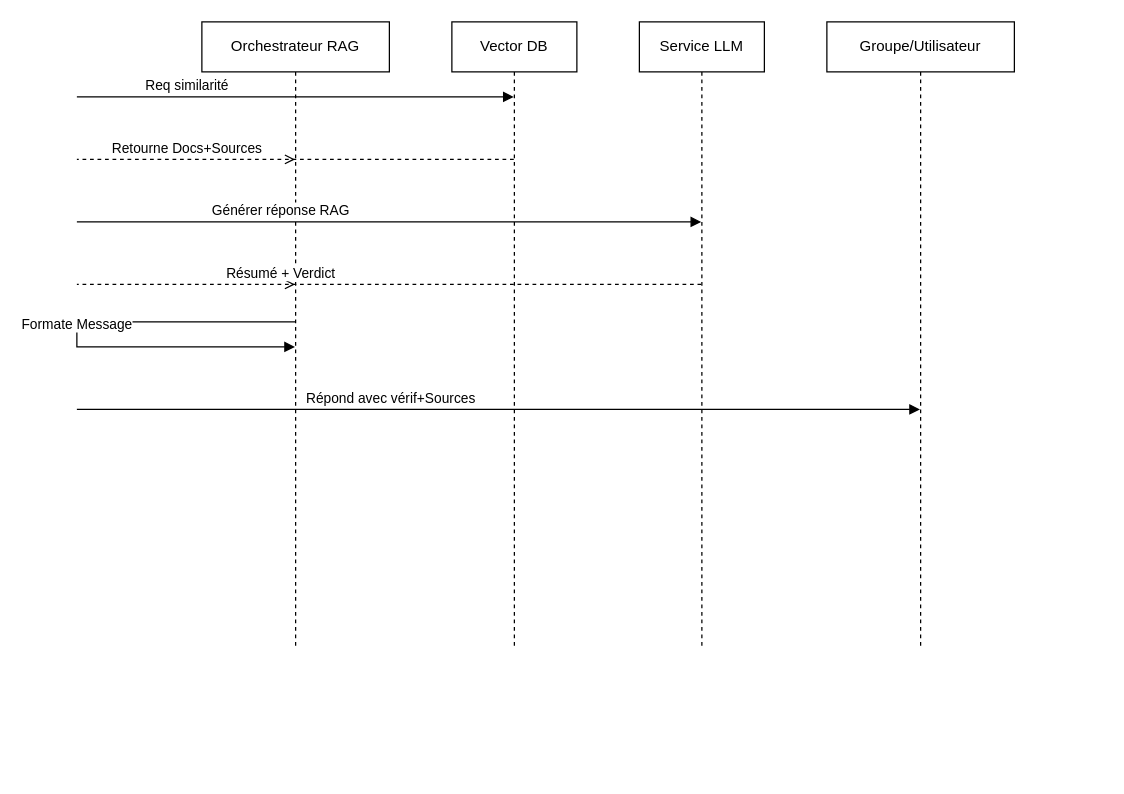
Before: ai-service/docs/Diagramme_Sequence_Verification.drawio in rooneyi/rdc-news-intelligence, a draw.io diagram. Source tidied: cells renumbered, new cells numbered last; positions are measured from the earlier drawing's top-left corner, leaving out a move shared by most shapes. Both pictures are drawn from the tidied source at 125%, with x=0, y=0 at pixel (76, 21).
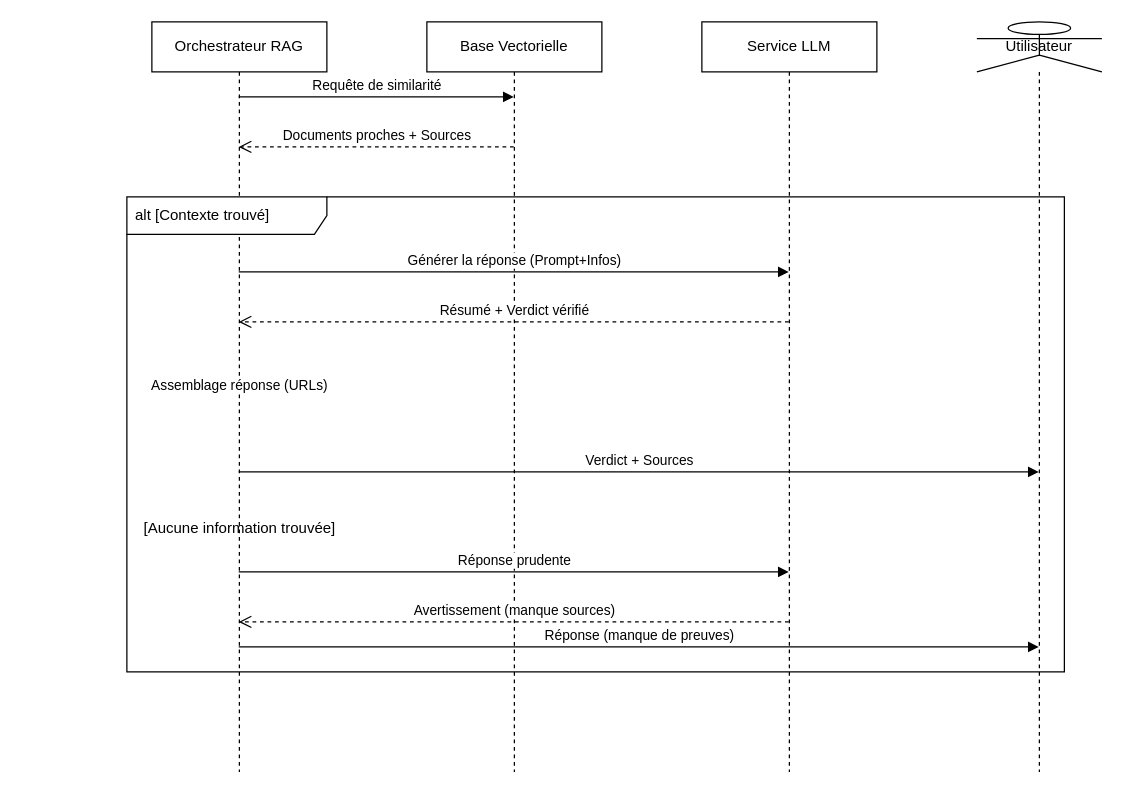
After the change.

What changed in the source:
```diff
@@
-<mxGraphModel>
+<mxGraphModel background="#ffffff">
@@
-    <mxCell id="0" />
-    <mxCell id="1" parent="0" />
+    <mxCell id="12" />
+    <mxCell id="13" parent="12" />
-    <mxCell id="2" value="Orchestrateur RAG" style="shape=umlLifeline;perimeter=lifelinePerimeter;whiteSpace=wrap;html=1;outlineConnect=0;" parent="1" vertex="1">
-      <mxGeometry x="100" width="150" height="500" as="geometry" />
+    <mxCell id="2" value="Orchestrateur RAG" style="shape=umlLifeline;perimeter=lifelinePerimeter;whiteSpace=wrap;html=1;outlineConnect=0;fillColor=#ffffff;strokeColor=#000000;fontColor=#000000;" parent="13" vertex="1">
+      <mxGeometry x="60" width="140" height="600" as="geometry" />
     </mxCell>
-    <mxCell id="3" value="Vector DB" style="shape=umlLifeline;perimeter=lifelinePerimeter;whiteSpace=wrap;html=1;outlineConnect=0;" parent="1" vertex="1">
-      <mxGeometry x="300" width="100" height="500" as="geometry" />
-    </mxCell>
+    <mxCell id="14" value="Base Vectorielle" style="shape=umlLifeline;perimeter=lifelinePerimeter;whiteSpace=wrap;html=1;outlineConnect=0;fillColor=#ffffff;strokeColor=#000000;fontColor=#000000;" parent="13" vertex="1">
+      <mxGeometry x="280" width="140" height="600" as="geometry" />
+    </mxCell>
-    <mxCell id="4" value="Service LLM" style="shape=umlLifeline;perimeter=lifelinePerimeter;whiteSpace=wrap;html=1;outlineConnect=0;" parent="1" vertex="1">
-      <mxGeometry x="450" width="100" height="500" as="geometry" />
+    <mxCell id="4" value="Service LLM" style="shape=umlLifeline;perimeter=lifelinePerimeter;whiteSpace=wrap;html=1;outlineConnect=0;fillColor=#ffffff;strokeColor=#000000;fontColor=#000000;" parent="13" vertex="1">
+      <mxGeometry x="500" width="140" height="600" as="geometry" />
     </mxCell>
-    <mxCell id="5" value="Groupe/Utilisateur" style="shape=umlLifeline;perimeter=lifelinePerimeter;whiteSpace=wrap;html=1;outlineConnect=0;" parent="1" vertex="1">
-      <mxGeometry x="600" width="150" height="500" as="geometry" />
-    </mxCell>
-    <mxCell id="6" value="Req similarité" style="html=1;verticalAlign=bottom;endArrow=block;edgeStyle=elbowEdgeStyle;elbow=vertical;curved=0;rounded=0;" parent="1" edge="1" source="2" target="3">
-      <mxGeometry relative="1" as="geometry">
-        <Array as="points">
-          <mxPoint y="60" />
-        </Array>
-      </mxGeometry>
-    </mxCell>
-    <mxCell id="7" value="Retourne Docs+Sources" style="html=1;verticalAlign=bottom;endArrow=block;edgeStyle=elbowEdgeStyle;elbow=vertical;curved=0;rounded=0;dashed=1;endArrow=open;" parent="1" edge="1" source="3" target="2">
-      <mxGeometry relative="1" as="geometry">
-        <Array as="points">
-          <mxPoint y="110" />
-        </Array>
-      </mxGeometry>
-    </mxCell>
-    <mxCell id="8" value="Générer réponse RAG" style="html=1;verticalAlign=bottom;endArrow=block;edgeStyle=elbowEdgeStyle;elbow=vertical;curved=0;rounded=0;" parent="1" edge="1" source="2" target="4">
-      <mxGeometry relative="1" as="geometry">
-        <Array as="points">
-          <mxPoint y="160" />
-        </Array>
-      </mxGeometry>
-    </mxCell>
-    <mxCell id="9" value="Résumé + Verdict" style="html=1;verticalAlign=bottom;endArrow=block;edgeStyle=elbowEdgeStyle;elbow=vertical;curved=0;rounded=0;dashed=1;endArrow=open;" parent="1" edge="1" source="4" target="2">
-      <mxGeometry relative="1" as="geometry">
-        <Array as="points">
-          <mxPoint y="210" />
-        </Array>
-      </mxGeometry>
-    </mxCell>
+    <mxCell id="15" value="Utilisateur" style="shape=umlLifeline;perimeter=lifelinePerimeter;whiteSpace=wrap;html=1;outlineConnect=0;participant=umlActor;fillColor=#ffffff;strokeColor=#000000;fontColor=#000000;" parent="13" vertex="1">
+      <mxGeometry x="720" width="100" height="600" as="geometry" />
+    </mxCell>
+    <mxCell id="16" value="Requête de similarité" style="html=1;verticalAlign=bottom;endArrow=block;strokeColor=#000000;fontColor=#000000;labelBackgroundColor=#ffffff;" parent="13" edge="1" source="2" target="14">
+      <mxGeometry relative="1" as="geometry">
+        <Array as="points">
+          <mxPoint x="250" y="60" />
+        </Array>
+      </mxGeometry>
+    </mxCell>
+    <mxCell id="17" value="Documents proches + Sources" style="html=1;verticalAlign=bottom;endArrow=open;dashed=1;endSize=8;strokeColor=#000000;fontColor=#000000;labelBackgroundColor=#ffffff;" parent="13" edge="1" source="14" target="2">
+      <mxGeometry relative="1" as="geometry">
+        <Array as="points">
+          <mxPoint x="250" y="100" />
+        </Array>
+      </mxGeometry>
+    </mxCell>
+    <mxCell id="18" value="alt [Contexte trouvé]" style="shape=umlFrame;whiteSpace=wrap;html=1;width=160;height=30;boundedLbl=1;verticalAlign=middle;align=left;spacingLeft=5;fillColor=#ffffff;strokeColor=#000000;fontColor=#000000;" parent="13" vertex="1">
+      <mxGeometry x="40" y="140" width="750" height="380" as="geometry" />
+    </mxCell>
+    <mxCell id="19" value="Générer la réponse (Prompt+Infos)" style="html=1;verticalAlign=bottom;endArrow=block;strokeColor=#000000;fontColor=#000000;labelBackgroundColor=#ffffff;" parent="13" edge="1" source="2" target="4">
+      <mxGeometry relative="1" as="geometry">
+        <Array as="points">
+          <mxPoint x="450" y="200" />
+        </Array>
+      </mxGeometry>
+    </mxCell>
+    <mxCell id="20" value="Résumé + Verdict vérifié" style="html=1;verticalAlign=bottom;endArrow=open;dashed=1;endSize=8;strokeColor=#000000;fontColor=#000000;labelBackgroundColor=#ffffff;" parent="13" edge="1" source="4" target="2">
+      <mxGeometry relative="1" as="geometry">
+        <Array as="points">
+          <mxPoint x="450" y="240" />
+        </Array>
+      </mxGeometry>
+    </mxCell>
-    <mxCell id="10" value="Formate Message" style="html=1;verticalAlign=bottom;endArrow=block;edgeStyle=elbowEdgeStyle;elbow=vertical;curved=0;rounded=0;" parent="1" edge="1" source="2" target="2">
+    <mxCell id="10" value="Assemblage réponse (URLs)" style="html=1;verticalAlign=bottom;endArrow=block;strokeColor=#000000;fontColor=#000000;labelBackgroundColor=#ffffff;rounded=0;edgeStyle=orthogonalEdgeStyle;curved=1;" parent="13" edge="1" source="2" target="2">
       <mxGeometry relative="1" as="geometry">
         <Array as="points">
-          <mxPoint y="260" />
+          <mxPoint x="200" y="280" />
+          <mxPoint x="200" y="310" />
         </Array>
       </mxGeometry>
     </mxCell>
-    <mxCell id="11" value="Répond avec vérif+Sources" style="html=1;verticalAlign=bottom;endArrow=block;edgeStyle=elbowEdgeStyle;elbow=vertical;curved=0;rounded=0;" parent="1" edge="1" source="2" target="5">
-      <mxGeometry relative="1" as="geometry">
-        <Array as="points">
-          <mxPoint y="310" />
-        </Array>
-      </mxGeometry>
-    </mxCell>
+    <mxCell id="21" value="Verdict + Sources" style="html=1;verticalAlign=bottom;endArrow=block;strokeColor=#000000;fontColor=#000000;labelBackgroundColor=#ffffff;" parent="13" edge="1" source="2" target="15">
+      <mxGeometry relative="1" as="geometry">
+        <Array as="points">
+          <mxPoint x="700" y="360" />
+        </Array>
+      </mxGeometry>
+    </mxCell>
+    <mxCell id="22" value="[Aucune information trouvée]" style="text;html=1;align=center;verticalAlign=middle;strokeColor=none;fillColor=none;fontColor=#000000;" parent="13" vertex="1">
+      <mxGeometry x="40" y="390" width="180" height="30" as="geometry" />
+    </mxCell>
+    <mxCell id="23" value="Réponse prudente" style="html=1;verticalAlign=bottom;endArrow=block;strokeColor=#000000;fontColor=#000000;labelBackgroundColor=#ffffff;" parent="13" edge="1" source="2" target="4">
+      <mxGeometry relative="1" as="geometry">
+        <Array as="points">
+          <mxPoint x="450" y="440" />
+        </Array>
+      </mxGeometry>
+    </mxCell>
+    <mxCell id="24" value="Avertissement (manque sources)" style="html=1;verticalAlign=bottom;endArrow=open;dashed=1;endSize=8;strokeColor=#000000;fontColor=#000000;labelBackgroundColor=#ffffff;" parent="13" edge="1" source="4" target="2">
+      <mxGeometry relative="1" as="geometry">
+        <Array as="points">
+          <mxPoint x="450" y="480" />
+        </Array>
+      </mxGeometry>
+    </mxCell>
+    <mxCell id="25" value="Réponse (manque de preuves)" style="html=1;verticalAlign=bottom;endArrow=block;strokeColor=#000000;fontColor=#000000;labelBackgroundColor=#ffffff;" parent="13" edge="1" source="2" target="15">
+      <mxGeometry relative="1" as="geometry">
+        <Array as="points">
+          <mxPoint x="700" y="500" />
+        </Array>
+      </mxGeometry>
+    </mxCell>
```
